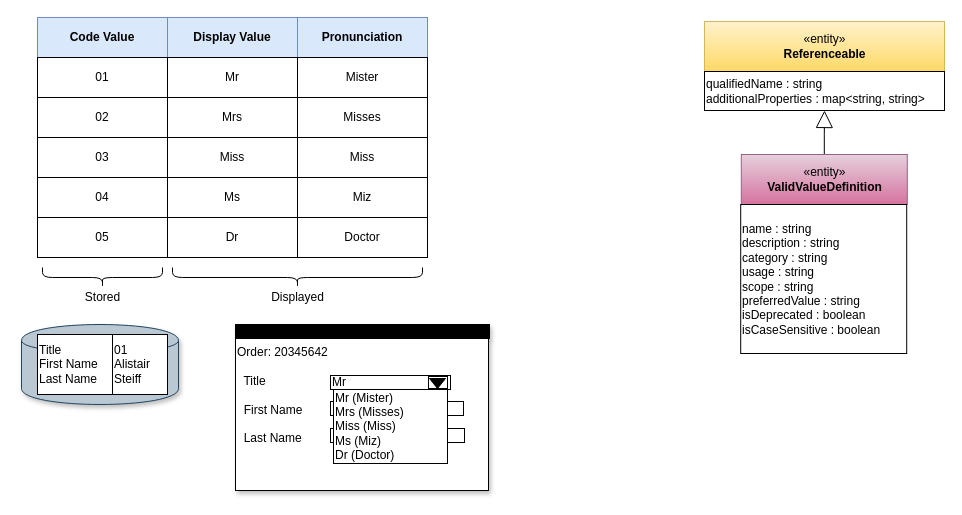
Earlier version of the draw.io diagram page "information-codes" (1 of 10) of site/docs/features/reference-data-management/reference-data-management.drawio (odpi/egeria-docs). Source tidied: cells renumbered, new cells numbered last; positions are measured from the earlier drawing's top-left corner, leaving out a move shared by most shapes. Both pictures are drawn from the tidied source at 100%, with x=0, y=0 at pixel (21, 17).
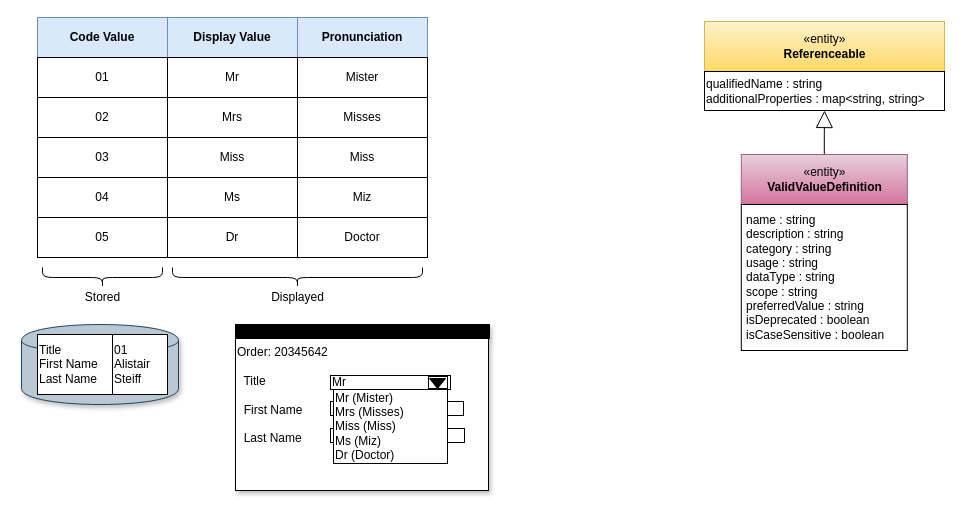
After the change.

Change to the diagram source:
```diff
@@
-    <mxCell id="39" value="&lt;span&gt;name : string&lt;br&gt;&lt;/span&gt;&lt;span&gt;description : string&lt;br&gt;&lt;/span&gt;category : string&lt;br&gt;&lt;span&gt;usage : string&lt;/span&gt;&lt;br&gt;&lt;span&gt;scope : string&lt;br&gt;preferredValue : string&lt;br&gt;isDeprecated : boolean&lt;br&gt;isCaseSensitive : boolean&lt;br&gt;&lt;/span&gt;" style="rounded=0;whiteSpace=wrap;html=1;strokeColor=#000000;gradientColor=#ffffff;align=left;" parent="1" vertex="1">
-      <mxGeometry x="719.2" y="187" width="166" height="149" as="geometry" />
-    </mxCell>
+    <mxCell id="40" value="&lt;span&gt;name : string&lt;br&gt;&lt;/span&gt;&lt;span&gt;description : string&lt;br&gt;&lt;/span&gt;category : string&lt;br&gt;&lt;span&gt;usage : string&lt;br&gt;&lt;/span&gt;dataType : string&lt;br&gt;&lt;span&gt;scope : string&lt;br&gt;preferredValue : string&lt;br&gt;isDeprecated : boolean&lt;br&gt;isCaseSensitive : boolean&lt;br&gt;&lt;/span&gt;" style="rounded=0;whiteSpace=wrap;html=1;strokeColor=#000000;gradientColor=#ffffff;align=left;spacingLeft=3;" parent="1" vertex="1">
+      <mxGeometry x="719.8" y="187" width="166" height="146" as="geometry" />
+    </mxCell>
```
